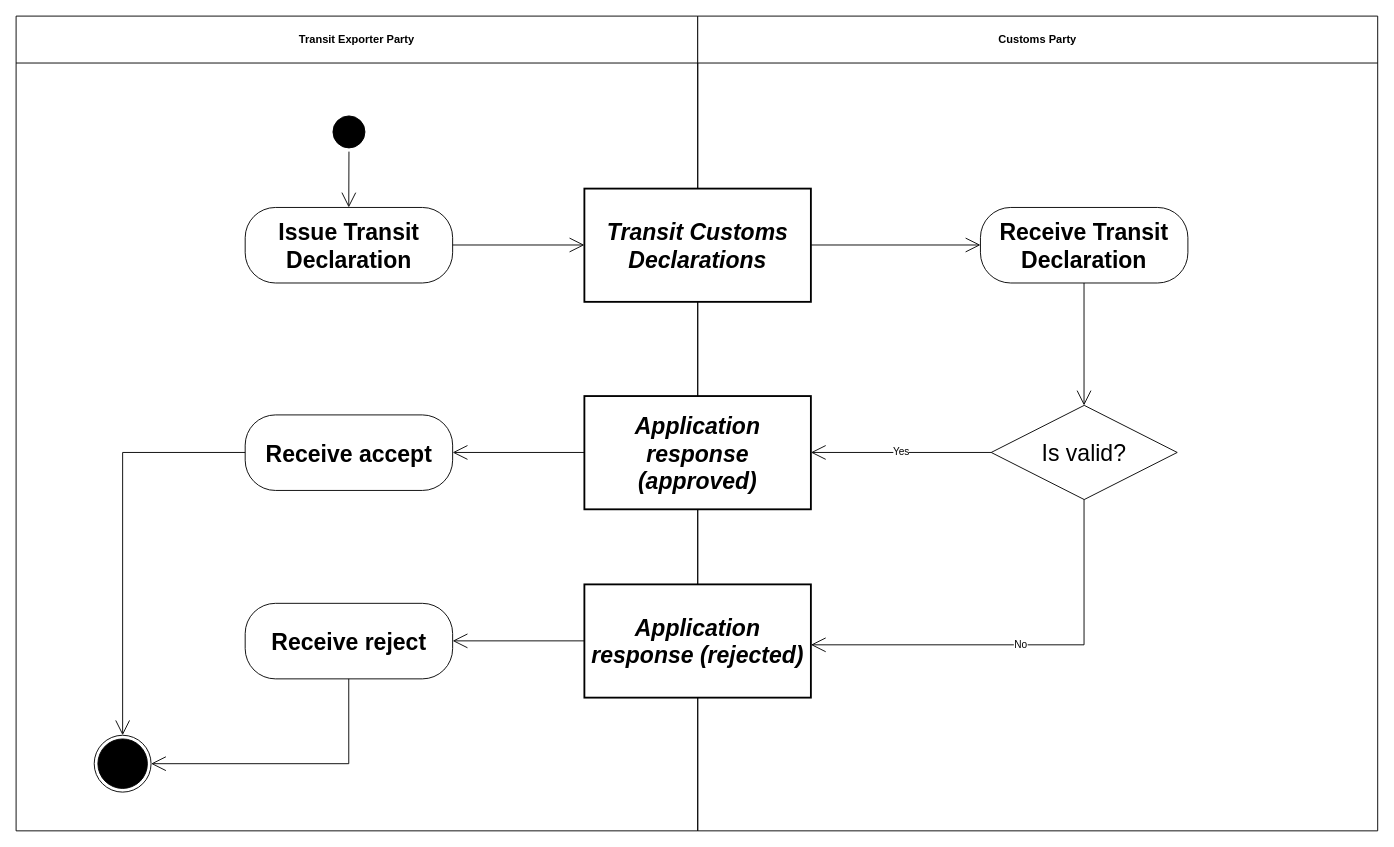
This is diagrams/UBL-2.3-TransitDeclarationProcess/UBL-2.3-TransitDeclarationProcess.drawio from kduvekot/ubl-work-on-svg-images, a draw.io file, before an edit. Source tidied: cells renumbered, new cells numbered last; positions are measured from the earlier drawing's top-left corner, leaving out a move shared by most shapes. Both pictures are drawn from the tidied source at 92%, with x=0, y=0 at pixel (16, 16).
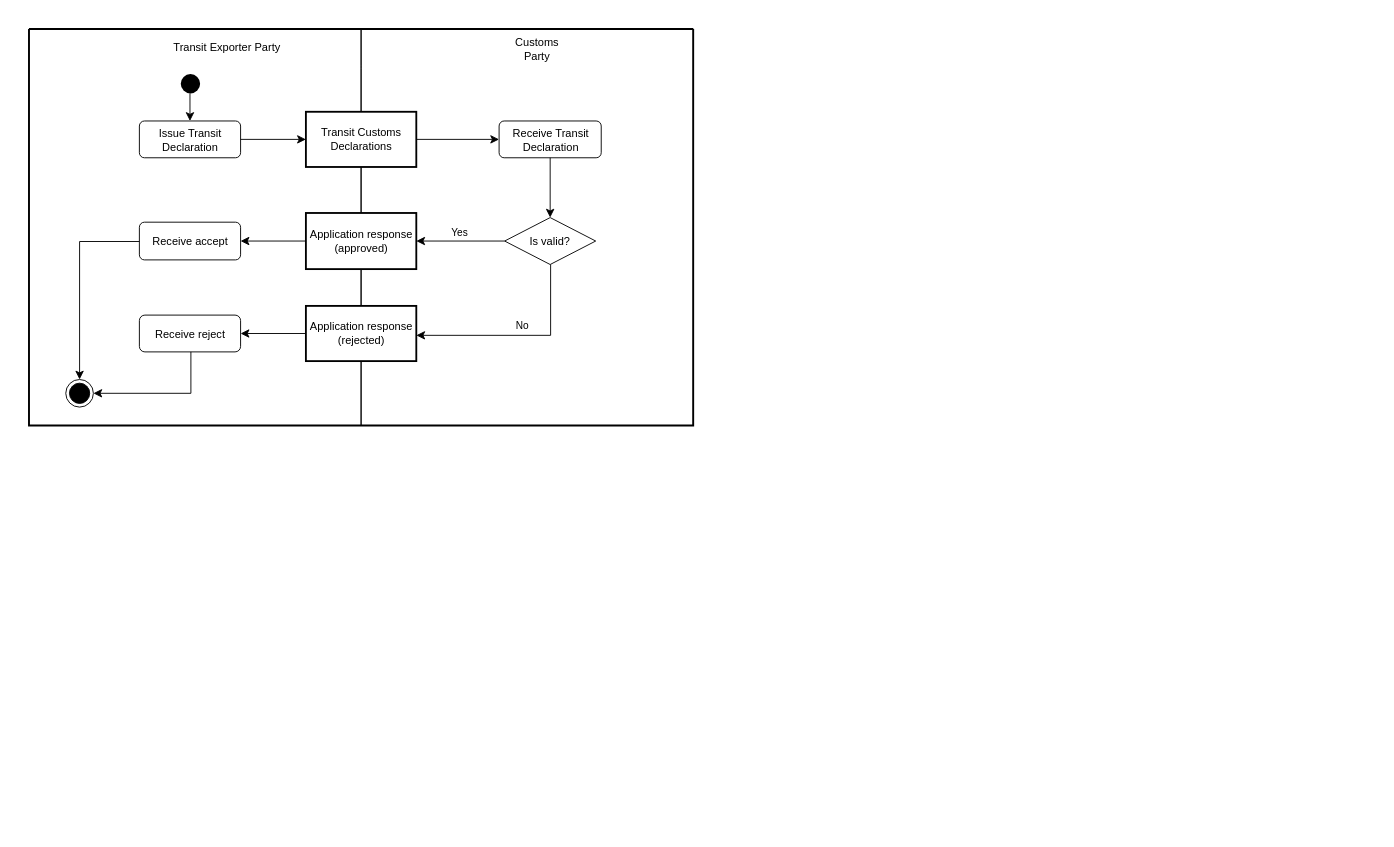
Above is the later version.

Diff of the diagram source:
```diff
@@
+    <mxCell id="24" style="swimlane;html=1;startSize=0;whiteSpace=wrap;fillColor=none;strokeWidth=2;" parent="1" vertex="1">
+      <mxGeometry x="14" y="14" width="722" height="431" as="geometry" />
+    </mxCell>
-    <mxCell id="2" value="Transit Exporter Party" style="swimlane;whiteSpace=wrap;html=1;startSize=51;" parent="1" vertex="1">
-      <mxGeometry width="740.9" height="885.6" as="geometry" />
+    <mxCell id="2" value="Transit Exporter Party" style="swimlane;horizontal=1;startSize=40;swimlaneLine=0;html=1;fillColor=none;fontSize=12;fontStyle=0;spacing=0;spacingLeft=69;" parent="24" vertex="1">
+      <mxGeometry width="361" height="431" as="geometry" />
     </mxCell>
-    <mxCell id="3" value="Customs Party" style="swimlane;whiteSpace=wrap;html=1;startSize=51;" parent="1" vertex="1">
-      <mxGeometry x="740.9" width="739.1" height="885.6" as="geometry" />
+    <mxCell id="3" value="Customs&lt;br&gt;Party" style="swimlane;horizontal=1;startSize=43;swimlaneLine=0;html=1;fillColor=none;fontSize=12;fontStyle=0;spacing=0;spacingLeft=20;" parent="24" vertex="1">
+      <mxGeometry x="361" width="361" height="431" as="geometry" />
     </mxCell>
-    <mxCell id="4" style="ellipse;html=1;shape=startState;fillColor=#000000;strokeColor=#000000;fontFamily=Helvetica;fontSize=25;" parent="1" vertex="1">
-      <mxGeometry x="340.4" y="104.5" width="42.8" height="42.8" as="geometry" />
+    <mxCell id="4" style="ellipse;shape=startState;fillColor=#000000;strokeColor=none;html=1;" parent="2" vertex="1">
+      <mxGeometry x="161" y="45" width="29" height="29" as="geometry" />
     </mxCell>
-    <mxCell id="5" value="Transit Customs Declarations" style="rounded=0;whiteSpace=wrap;html=1;fontStyle=3;strokeWidth=2;fontFamily=Helvetica;fontSize=25;" parent="1" vertex="1">
-      <mxGeometry x="617.7" y="187.5" width="246.2" height="123.1" as="geometry" />
+    <mxCell id="5" value="Transit Customs&lt;br&gt;Declarations" style="rounded=0;html=1;whiteSpace=nowrap;fontSize=12;fontStyle=0;align=center;verticalAlign=middle;spacing=0;spacingRight=1;strokeWidth=2;" parent="3" vertex="1">
+      <mxGeometry x="-60" y="90" width="120" height="60" as="geometry" />
     </mxCell>
-    <mxCell id="6" value="Issue Transit Declaration" style="rounded=1;arcSize=40;whiteSpace=wrap;html=1;fontStyle=1;fontFamily=Helvetica;fontSize=25;" parent="1" vertex="1">
-      <mxGeometry x="249" y="208" width="225.5" height="82.1" as="geometry" />
+    <mxCell id="6" value="Issue Transit&lt;br&gt;Declaration" style="rounded=1;absoluteArcSize=1;arcSize=11;html=1;whiteSpace=nowrap;fontSize=12;fontStyle=0;align=center;verticalAlign=middle;spacing=0;spacingTop=1;" parent="2" vertex="1">
+      <mxGeometry x="120" y="100" width="110" height="40" as="geometry" />
     </mxCell>
-    <mxCell id="7" value="Receive Transit Declaration" style="rounded=1;arcSize=40;whiteSpace=wrap;html=1;fontStyle=1;fontFamily=Helvetica;fontSize=25;" parent="1" vertex="1">
-      <mxGeometry x="1048.2" y="208" width="225.5" height="82.1" as="geometry" />
+    <mxCell id="7" value="Receive Transit&lt;br&gt;Declaration" style="rounded=1;absoluteArcSize=1;arcSize=11;html=1;whiteSpace=nowrap;fontSize=12;fontStyle=0;align=center;verticalAlign=middle;spacing=0;spacingTop=1;" parent="3" vertex="1">
+      <mxGeometry x="150" y="100" width="111" height="40" as="geometry" />
     </mxCell>
-    <mxCell id="8" value="Application response (approved)" style="rounded=0;whiteSpace=wrap;html=1;fontStyle=3;strokeWidth=2;fontFamily=Helvetica;fontSize=25;" parent="1" vertex="1">
-      <mxGeometry x="617.7" y="413" width="246.2" height="123.1" as="geometry" />
+    <mxCell id="8" value="Application response&lt;br&gt;(approved)" style="rounded=0;html=1;whiteSpace=nowrap;fontSize=12;fontStyle=0;align=center;verticalAlign=middle;spacing=0;spacingRight=1;strokeWidth=2;" parent="3" vertex="1">
+      <mxGeometry x="-60" y="200" width="120" height="61" as="geometry" />
     </mxCell>
-    <mxCell id="9" value="Is valid?" style="rhombus;whiteSpace=wrap;html=1;fontFamily=Helvetica;fontSize=25;" parent="1" vertex="1">
-      <mxGeometry x="1059.9" y="423.1" width="202.2" height="102.4" as="geometry" />
+    <mxCell id="9" value="Is valid?" style="rhombus;html=1;whiteSpace=nowrap;fontSize=12;fontStyle=0;align=center;verticalAlign=middle;spacing=0;spacingRight=1;spacingTop=1;" parent="3" vertex="1">
+      <mxGeometry x="156" y="205" width="99" height="51" as="geometry" />
     </mxCell>
-    <mxCell id="10" value="Receive accept" style="rounded=1;arcSize=40;whiteSpace=wrap;html=1;fontStyle=1;fontFamily=Helvetica;fontSize=25;" parent="1" vertex="1">
-      <mxGeometry x="249" y="433.5" width="225.5" height="82.1" as="geometry" />
+    <mxCell id="10" value="Receive accept" style="rounded=1;absoluteArcSize=1;arcSize=11;html=1;whiteSpace=nowrap;fontSize=12;fontStyle=0;align=center;verticalAlign=middle;spacing=0;spacingTop=1;" parent="2" vertex="1">
+      <mxGeometry x="120" y="210" width="110" height="41" as="geometry" />
     </mxCell>
-    <mxCell id="11" value="Application response (rejected)" style="rounded=0;whiteSpace=wrap;html=1;fontStyle=3;strokeWidth=2;fontFamily=Helvetica;fontSize=25;" parent="1" vertex="1">
-      <mxGeometry x="617.7" y="617.7" width="246.2" height="123.1" as="geometry" />
+    <mxCell id="11" value="Application response&lt;br&gt;(rejected)" style="rounded=0;html=1;whiteSpace=nowrap;fontSize=12;fontStyle=0;align=center;verticalAlign=middle;spacing=0;spacingRight=1;strokeWidth=2;" parent="3" vertex="1">
+      <mxGeometry x="-60" y="301" width="120" height="60" as="geometry" />
     </mxCell>
-    <mxCell id="12" value="Receive reject" style="rounded=1;arcSize=40;whiteSpace=wrap;html=1;fontStyle=1;fontFamily=Helvetica;fontSize=25;" parent="1" vertex="1">
-      <mxGeometry x="249" y="638.3" width="225.5" height="82.1" as="geometry" />
+    <mxCell id="12" value="Receive reject" style="rounded=1;absoluteArcSize=1;arcSize=12;html=1;whiteSpace=nowrap;fontSize=12;fontStyle=0;align=center;verticalAlign=middle;spacing=0;spacingTop=1;" parent="2" vertex="1">
+      <mxGeometry x="120" y="311" width="110" height="40" as="geometry" />
     </mxCell>
-    <mxCell id="13" style="ellipse;html=1;shape=endState;fillColor=#000000;strokeColor=#000000;fontFamily=Helvetica;fontSize=25;" parent="1" vertex="1">
-      <mxGeometry x="84.9" y="781.7" width="61.8" height="61.8" as="geometry" />
+    <mxCell id="13" style="ellipse;shape=endState;fillColor=#000000;html=1;" parent="2" vertex="1">
+      <mxGeometry x="40" y="381" width="30" height="30" as="geometry" />
     </mxCell>
-    <mxCell id="14" style="edgeStyle=none;rounded=0;html=1;endArrow=open;endFill=0;endSize=14;exitX=0.4953;exitY=1.0;entryX=0.4993;entryY=0.0;" parent="1" edge="1" source="4" target="6">
+    <mxCell id="14" style="edgeStyle=none;rounded=0;html=1;endArrow=classic;endFill=1;endSize=7;exitPerimeter=0;entryX=0.5;entryY=0;entryPerimeter=0;exitX=0.482759;exitY=0.8616;" parent="2" edge="1" source="4" target="6">
       <mxGeometry relative="1" as="geometry" />
     </mxCell>
-    <mxCell id="15" style="edgeStyle=none;rounded=0;html=1;endArrow=open;endFill=0;endSize=14;exitX=1.0;exitY=0.497;entryX=0.0;entryY=0.498;" parent="1" edge="1" source="6" target="5">
+    <mxCell id="15" style="edgeStyle=none;rounded=0;html=1;endArrow=classic;endFill=1;endSize=7;exitX=1;exitY=0.5;exitPerimeter=0;entryX=0;entryY=0.5;entryPerimeter=0;" parent="24" edge="1" source="6" target="5">
       <mxGeometry relative="1" as="geometry" />
     </mxCell>
-    <mxCell id="16" style="edgeStyle=none;rounded=0;html=1;endArrow=open;endFill=0;endSize=14;exitX=1.0;exitY=0.498;entryX=0.0;entryY=0.497;" parent="1" edge="1" source="5" target="7">
+    <mxCell id="16" style="edgeStyle=none;rounded=0;html=1;endArrow=classic;endFill=1;endSize=7;exitX=1;exitY=0.5;exitPerimeter=0;entryX=0;entryY=0.5;entryPerimeter=0;" parent="3" edge="1" source="5" target="7">
       <mxGeometry relative="1" as="geometry" />
     </mxCell>
-    <mxCell id="17" style="edgeStyle=none;rounded=0;html=1;endArrow=open;endFill=0;endSize=14;exitX=0.4993;exitY=1.0;entryX=0.499;entryY=0.0;" parent="1" edge="1" source="7" target="9">
+    <mxCell id="17" style="edgeStyle=none;rounded=0;html=1;endArrow=classic;endFill=1;endSize=7;exitX=0.5;exitY=1;exitPerimeter=0;entryX=0.5;entryY=0;entryPerimeter=0;" parent="3" edge="1" source="7" target="9">
       <mxGeometry relative="1" as="geometry" />
     </mxCell>
-    <mxCell id="18" style="edgeStyle=none;rounded=0;html=1;endArrow=open;endFill=0;endSize=14;exitX=0.0;exitY=0.498;entryX=1.0;entryY=0.497;" parent="1" edge="1" source="8" target="10">
+    <mxCell id="18" style="edgeStyle=none;rounded=0;html=1;endArrow=classic;endFill=1;endSize=7;exitX=0;exitY=0.5;exitPerimeter=0;entryX=1;entryY=0.5;entryPerimeter=0;" parent="24" edge="1" source="8" target="10">
       <mxGeometry relative="1" as="geometry" />
     </mxCell>
-    <mxCell id="19" value="Yes" style="edgeStyle=none;rounded=0;html=1;endArrow=open;endFill=0;endSize=14;exitX=0.0;exitY=0.5;entryX=1.0;entryY=0.498;" parent="1" edge="1" source="9" target="8">
-      <mxGeometry relative="1" as="geometry" />
+    <mxCell id="19" value="Yes" style="edgeStyle=none;rounded=0;html=1;endArrow=classic;endFill=1;endSize=7;exitX=0;exitY=0.5;exitPerimeter=0;entryX=1;entryY=0.5;entryPerimeter=0;fontSize=11;fontStyle=0;align=center;verticalAlign=middle;labelBackgroundColor=none;" parent="3" edge="1" source="9" target="8">
+      <mxGeometry x="0.02" relative="1" as="geometry">
+        <mxPoint y="-10" as="offset" />
+      </mxGeometry>
     </mxCell>
-    <mxCell id="20" style="edgeStyle=orthogonalEdgeStyle;rounded=0;html=1;endArrow=open;endFill=0;endSize=14;exitX=0.0;exitY=0.497;entryX=0.5;entryY=0.0;" parent="1" edge="1" source="10" target="13">
+    <mxCell id="20" style="edgeStyle=orthogonalEdgeStyle;rounded=0;html=1;endArrow=classic;endFill=1;endSize=7;exitPerimeter=0;entryPerimeter=0;exitX=0;exitY=0.512195;entryX=0.5;entryY=0;" parent="2" edge="1" source="10" target="13">
       <mxGeometry relative="1" as="geometry">
         <Array as="points">
-          <mxPoint x="115.8" y="474.3" />
+          <mxPoint x="55" y="231" />
         </Array>
       </mxGeometry>
     </mxCell>
-    <mxCell id="21" value="No" style="edgeStyle=orthogonalEdgeStyle;rounded=0;html=1;endArrow=open;endFill=0;endSize=14;exitX=0.499;exitY=1.0;entryX=1.0;entryY=0.5337;" parent="1" edge="1" source="9" target="11">
-      <mxGeometry relative="1" as="geometry">
+    <mxCell id="21" value="No" style="edgeStyle=orthogonalEdgeStyle;rounded=0;html=1;endArrow=classic;endFill=1;endSize=7;exitPerimeter=0;entryPerimeter=0;fontSize=11;fontStyle=0;align=center;verticalAlign=middle;labelBackgroundColor=none;exitX=0.505051;exitY=1;entryX=1;entryY=0.533333;" parent="3" edge="1" source="9" target="11">
+      <mxGeometry x="-0.03" relative="1" as="geometry">
         <Array as="points">
-          <mxPoint x="1160.8" y="683.4" />
+          <mxPoint x="206" y="333" />
         </Array>
+        <mxPoint y="-10" as="offset" />
       </mxGeometry>
     </mxCell>
-    <mxCell id="22" style="edgeStyle=none;rounded=0;html=1;endArrow=open;endFill=0;endSize=14;exitX=0.0;exitY=0.4988;entryX=1.0;entryY=0.497;" parent="1" edge="1" source="11" target="12">
+    <mxCell id="22" style="edgeStyle=none;rounded=0;html=1;endArrow=classic;endFill=1;endSize=7;exitX=0;exitY=0.5;exitPerimeter=0;entryX=1;entryY=0.5;entryPerimeter=0;" parent="24" edge="1" source="11" target="12">
       <mxGeometry relative="1" as="geometry" />
     </mxCell>
-    <mxCell id="23" style="edgeStyle=orthogonalEdgeStyle;rounded=0;html=1;endArrow=open;endFill=0;endSize=14;exitX=0.4993;exitY=1.0;entryX=1.0;entryY=0.4919;" parent="1" edge="1" source="12" target="13">
+    <mxCell id="23" style="edgeStyle=orthogonalEdgeStyle;rounded=0;html=1;endArrow=classic;endFill=1;endSize=7;exitPerimeter=0;entryPerimeter=0;exitX=0.509091;exitY=1;entryX=1;entryY=0.5;" parent="2" edge="1" source="12" target="13">
       <mxGeometry relative="1" as="geometry">
         <Array as="points">
-          <mxPoint x="361.6" y="812.1" />
+          <mxPoint x="176" y="396" />
         </Array>
       </mxGeometry>
     </mxCell>
```
